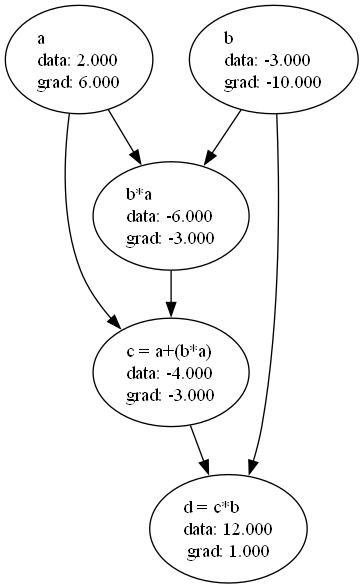
The Graphviz diagram graph.png in contextua1/safegrad, before a commit. Its source is kept beside it as graph.dot. Its diagram source:
```dot
digraph {
    0 [ label = "d = c*b\ldata: 12.000\lgrad: 1.000" ]
    1 [ label = "c = a+(b*a)\ldata: -4.000\lgrad: -3.000" ]
    2 [ label = "a\ldata: 2.000\lgrad: 6.000" ]
    3 [ label = "b*a\ldata: -6.000\lgrad: -3.000" ]
    4 [ label = "b\ldata: -3.000\lgrad: -10.000" ]
    2 -> 1 [ ]
    4 -> 3 [ ]
    2 -> 3 [ ]
    3 -> 1 [ ]
    1 -> 0 [ ]
    4 -> 0 [ ]
}
```
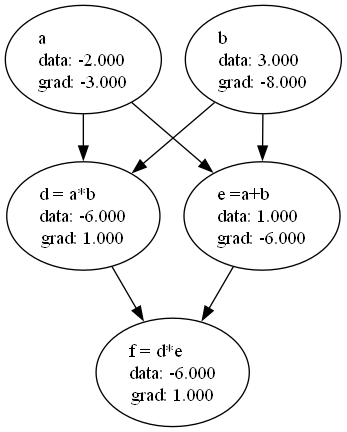
After the commit.

What changed in the source:
```diff
@@ -1,13 +1,13 @@
 digraph {
-    0 [ label = "d = c*b\ldata: 12.000\lgrad: 1.000" ]
-    1 [ label = "c = a+(b*a)\ldata: -4.000\lgrad: -3.000" ]
-    2 [ label = "a\ldata: 2.000\lgrad: 6.000" ]
-    3 [ label = "b*a\ldata: -6.000\lgrad: -3.000" ]
-    4 [ label = "b\ldata: -3.000\lgrad: -10.000" ]
+    0 [ label = "f = d*e\ldata: -6.000\lgrad: 1.000" ]
+    1 [ label = "d = a*b\ldata: -6.000\lgrad: 1.000" ]
+    2 [ label = "a\ldata: -2.000\lgrad: -3.000" ]
+    3 [ label = "b\ldata: 3.000\lgrad: -8.000" ]
+    4 [ label = "e =a+b\ldata: 1.000\lgrad: -6.000" ]
     2 -> 1 [ ]
-    4 -> 3 [ ]
-    2 -> 3 [ ]
     3 -> 1 [ ]
     1 -> 0 [ ]
+    2 -> 4 [ ]
+    3 -> 4 [ ]
     4 -> 0 [ ]
 }
```
